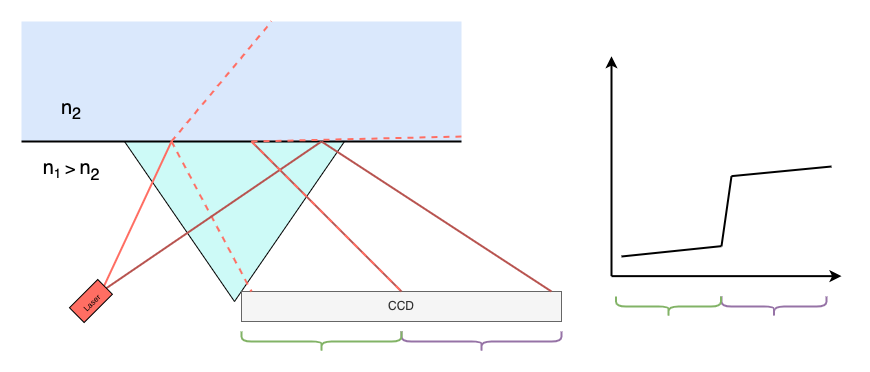
This is docs/schémas électronique/density2.png from AlexandreDoneux/TFE, a draw.io export, as it was before one commit. Source tidied: cells renumbered, new cells last; positions are measured from the earlier drawing's top-left corner, leaving out a move shared by most shapes.
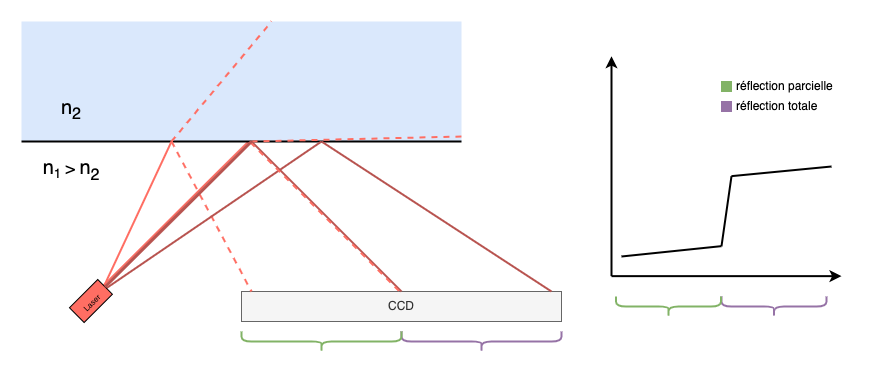
The same diagram one commit later.

Commit message:
[docs] Ajout et modifications des schémas drawio et png de la documentation

The edit, as a diff of the source:
```diff
@@ -2,9 +2,12 @@
   <root>
     <mxCell id="0" />
     <mxCell id="1" parent="0" />
-    <mxCell id="2" style="triangle;whiteSpace=wrap;html=1;rotation=90;fillColor=#cdfaf7;" parent="1" vertex="1">
-      <mxGeometry x="133" y="90" width="160" height="220" as="geometry" />
-    </mxCell>
+    <mxCell id="26" style="endArrow=none;html=1;strokeWidth=2;fillColor=#f8cecc;strokeColor=#fa6e63;exitX=1;exitY=0.5;exitDx=0;exitDy=0;" parent="1" edge="1">
+      <mxGeometry relative="1" as="geometry">
+        <mxPoint x="80.6" y="265.4" as="sourcePoint" />
+        <mxPoint x="227" y="120" as="targetPoint" />
+      </mxGeometry>
+    </mxCell>
     <mxCell id="3" style="rounded=0;whiteSpace=wrap;html=1;fontSize=20;fillColor=#dae8fc;strokeColor=none;" parent="1" vertex="1">
       <mxGeometry width="440" height="120" as="geometry" />
     </mxCell>
@@ -112,9 +115,26 @@
     </mxCell>
     <mxCell id="25" style="endArrow=none;html=1;strokeWidth=2;fillColor=#f8cecc;strokeColor=#fe6e63;dashed=1;" parent="1" edge="1">
       <mxGeometry relative="1" as="geometry">
-        <mxPoint x="230" y="120" as="sourcePoint" />
-        <mxPoint x="380" y="270" as="targetPoint" />
+        <mxPoint x="229" y="121" as="sourcePoint" />
+        <mxPoint x="379" y="271" as="targetPoint" />
       </mxGeometry>
     </mxCell>
+    <mxCell id="27" style="rounded=0;whiteSpace=wrap;html=1;fillColor=#82b366;strokeColor=#82b366;" parent="1" vertex="1">
+      <mxGeometry x="700" y="60" width="10" height="10" as="geometry" />
+    </mxCell>
+    <mxCell id="28" value="réflection parcielle" style="text;html=1;align=left;verticalAlign=middle;strokeColor=none;fillColor=none;" parent="1" vertex="1">
+      <mxGeometry x="712.5" y="50" width="120" height="30" as="geometry" />
+    </mxCell>
+    <mxCell id="29" style="rounded=0;whiteSpace=wrap;html=1;fillColor=#9673a6;strokeColor=#9673a6;" parent="1" vertex="1">
+      <mxGeometry x="700" y="80" width="10" height="10" as="geometry" />
+    </mxCell>
+    <mxCell id="30" value="réflection totale" style="text;html=1;align=left;verticalAlign=middle;strokeColor=none;fillColor=none;" parent="1" vertex="1">
+      <mxGeometry x="712.5" y="70" width="100" height="30" as="geometry" />
+    </mxCell>
+    <mxCell id="31" style="endArrow=none;html=1;strokeWidth=3;fillColor=#f8cecc;strokeColor=#b85450;exitX=1;exitY=0.5;exitDx=0;exitDy=0;" parent="1" edge="1" source="15">
+      <mxGeometry relative="1" as="geometry">
+        <mxPoint x="230" y="120" as="targetPoint" />
+      </mxGeometry>
+    </mxCell>
   </root>
 </mxGraphModel>
```
